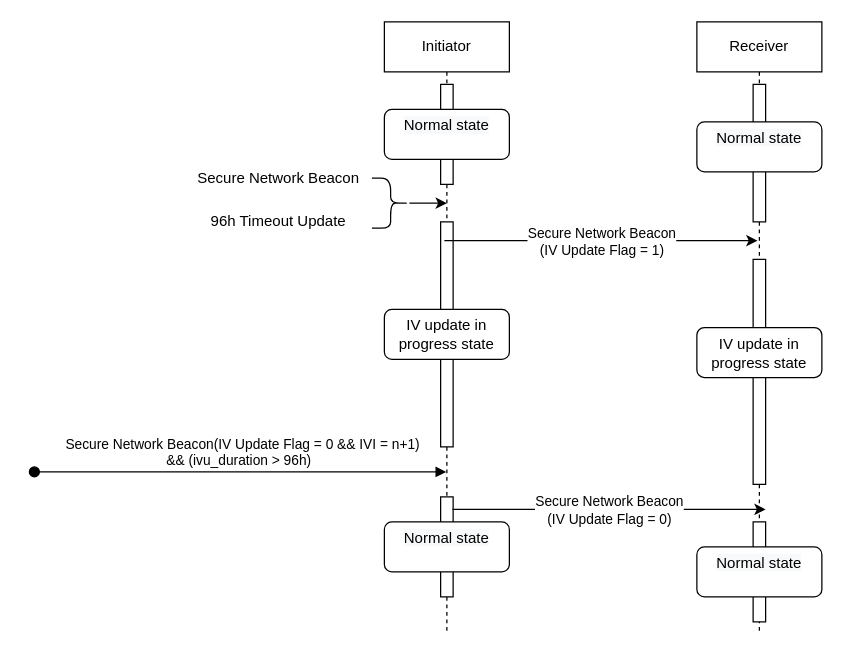
Earlier version of the draw.io diagram page "第 3 页" (3 of 3) of Untitled Diagram.drawio (git4Chub/drawio_doc). Source tidied: cells renumbered, new cells numbered last; positions are measured from the earlier drawing's top-left corner, leaving out a move shared by most shapes. Both pictures are drawn from the tidied source at 125%, with x=0, y=0 at pixel (34, 21).
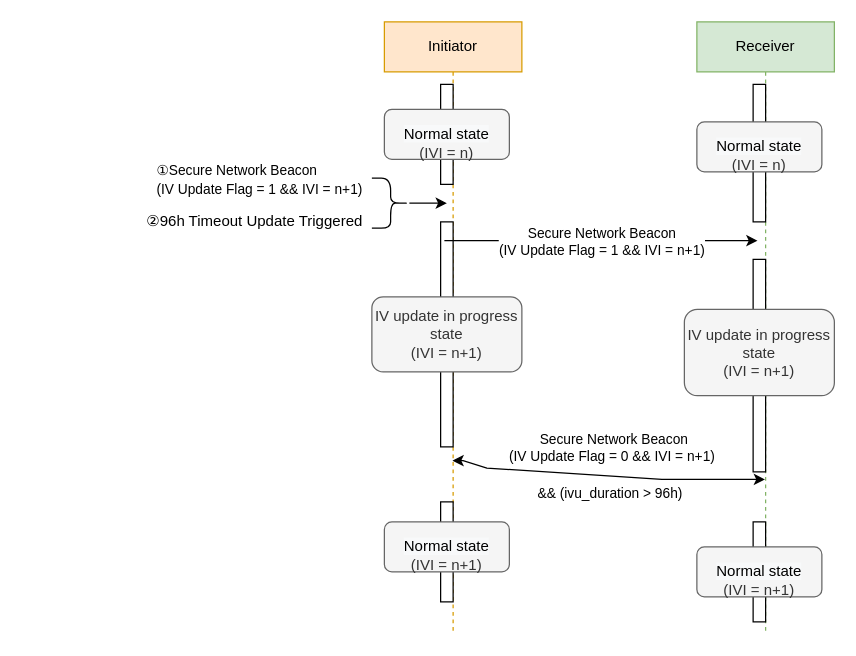
After the change.

Commit message:
mesh_iv_updatev1.0

Unchanged cells that the change refers to:
```xml
<mxCell id="23" style="endArrow=classic;html=1;rounded=0;" parent="1" edge="1">
  <mxGeometry relative="1" as="geometry">
    <mxPoint x="328" y="175" as="sourcePoint" />
    <mxPoint x="578.5" y="175" as="targetPoint" />
    <Array as="points">
      <mxPoint x="478.5" y="175" />
      <mxPoint x="559" y="175" />
    </Array>
  </mxGeometry>
</mxCell>
```

The edit, as a diff of the source:
```diff
@@
-    <mxCell id="2" value="Initiator" style="shape=umlLifeline;perimeter=lifelinePerimeter;whiteSpace=wrap;html=1;outlineConnect=0;" parent="1" vertex="1">
-      <mxGeometry x="280" width="100" height="490" as="geometry" />
+    <mxCell id="2" value="Initiator" style="shape=umlLifeline;perimeter=lifelinePerimeter;whiteSpace=wrap;html=1;outlineConnect=0;fillColor=#ffe6cc;strokeColor=#d79b00;" parent="1" vertex="1">
+      <mxGeometry x="280" width="110" height="490" as="geometry" />
     </mxCell>
@@
-    <mxCell id="5" value="&lt;span style=&quot;font-size: 11px;&quot;&gt;&amp;nbsp;Secure Network Beacon(IV Update Flag = 0 &amp;amp;&amp;amp; IVI = n+1) &lt;br&gt;&amp;amp;&amp;amp; (ivu_duration &amp;gt; 96h)&amp;nbsp;&lt;/span&gt;" style="html=1;verticalAlign=bottom;startArrow=oval;startFill=1;endArrow=block;startSize=8;rounded=0;" parent="2" edge="1" target="2">
-      <mxGeometry relative="1" as="geometry">
-        <mxPoint x="-280" y="360" as="sourcePoint" />
-      </mxGeometry>
-    </mxCell>
     <mxCell id="6" style="html=1;perimeter=orthogonalPerimeter;" parent="2" vertex="1">
-      <mxGeometry x="45" y="380" width="10" height="80" as="geometry" />
+      <mxGeometry x="45" y="384" width="10" height="80" as="geometry" />
     </mxCell>
-    <mxCell id="7" value="&#10;&lt;span style=&quot;color: rgb(0, 0, 0); font-family: Helvetica; font-size: 12px; font-style: normal; font-variant-ligatures: normal; font-variant-caps: normal; font-weight: 400; letter-spacing: normal; orphans: 2; text-align: center; text-indent: 0px; text-transform: none; widows: 2; word-spacing: 0px; -webkit-text-stroke-width: 0px; background-color: rgb(248, 249, 250); text-decoration-thickness: initial; text-decoration-style: initial; text-decoration-color: initial; float: none; display: inline !important;&quot;&gt;Normal state&lt;/span&gt;&#10;&#10;" style="rounded=1;whiteSpace=wrap;html=1;" parent="2" vertex="1">
+    <mxCell id="7" value="&lt;br&gt;&lt;span style=&quot;color: rgb(0, 0, 0); font-family: Helvetica; font-size: 12px; font-style: normal; font-variant-ligatures: normal; font-variant-caps: normal; font-weight: 400; letter-spacing: normal; orphans: 2; text-align: center; text-indent: 0px; text-transform: none; widows: 2; word-spacing: 0px; -webkit-text-stroke-width: 0px; background-color: rgb(248, 249, 250); text-decoration-thickness: initial; text-decoration-style: initial; text-decoration-color: initial; float: none; display: inline !important;&quot;&gt;Normal state&lt;br&gt;&lt;/span&gt;(IVI = n)&lt;br&gt;" style="rounded=1;whiteSpace=wrap;html=1;fillColor=#f5f5f5;fontColor=#333333;strokeColor=#666666;" parent="2" vertex="1">
       <mxGeometry y="70" width="100" height="40" as="geometry" />
     </mxCell>
-    <mxCell id="8" value="&lt;span style=&quot;&quot;&gt;IV update in progress state&lt;/span&gt;" style="rounded=1;whiteSpace=wrap;html=1;" parent="2" vertex="1">
-      <mxGeometry y="230" width="100" height="40" as="geometry" />
+    <mxCell id="8" value="&lt;span style=&quot;&quot;&gt;IV update in progress state&lt;br&gt;(&lt;/span&gt;IVI = n+1)&lt;span style=&quot;&quot;&gt;&lt;br&gt;&lt;/span&gt;" style="rounded=1;whiteSpace=wrap;html=1;fillColor=#f5f5f5;fontColor=#333333;strokeColor=#666666;" parent="2" vertex="1">
+      <mxGeometry x="-10" y="220" width="120" height="60" as="geometry" />
     </mxCell>
-    <mxCell id="9" value="&#10;&lt;span style=&quot;color: rgb(0, 0, 0); font-family: Helvetica; font-size: 12px; font-style: normal; font-variant-ligatures: normal; font-variant-caps: normal; font-weight: 400; letter-spacing: normal; orphans: 2; text-align: center; text-indent: 0px; text-transform: none; widows: 2; word-spacing: 0px; -webkit-text-stroke-width: 0px; background-color: rgb(248, 249, 250); text-decoration-thickness: initial; text-decoration-style: initial; text-decoration-color: initial; float: none; display: inline !important;&quot;&gt;Normal state&lt;/span&gt;&#10;&#10;" style="rounded=1;whiteSpace=wrap;html=1;" parent="2" vertex="1">
+    <mxCell id="9" value="&lt;br&gt;&lt;span style=&quot;color: rgb(0, 0, 0); font-family: Helvetica; font-size: 12px; font-style: normal; font-variant-ligatures: normal; font-variant-caps: normal; font-weight: 400; letter-spacing: normal; orphans: 2; text-align: center; text-indent: 0px; text-transform: none; widows: 2; word-spacing: 0px; -webkit-text-stroke-width: 0px; background-color: rgb(248, 249, 250); text-decoration-thickness: initial; text-decoration-style: initial; text-decoration-color: initial; float: none; display: inline !important;&quot;&gt;Normal state&lt;/span&gt;&lt;br&gt;(IVI = n+1)" style="rounded=1;whiteSpace=wrap;html=1;fillColor=#f5f5f5;fontColor=#333333;strokeColor=#666666;" parent="2" vertex="1">
       <mxGeometry y="400" width="100" height="40" as="geometry" />
     </mxCell>
-    <mxCell id="10" value="Receiver" style="shape=umlLifeline;perimeter=lifelinePerimeter;whiteSpace=wrap;html=1;outlineConnect=0;" parent="1" vertex="1">
-      <mxGeometry x="530" width="100" height="490" as="geometry" />
+    <mxCell id="10" value="Receiver" style="shape=umlLifeline;perimeter=lifelinePerimeter;whiteSpace=wrap;html=1;outlineConnect=0;fillColor=#d5e8d4;strokeColor=#82b366;" parent="1" vertex="1">
+      <mxGeometry x="530" width="110" height="490" as="geometry" />
     </mxCell>
@@
     <mxCell id="12" style="html=1;perimeter=orthogonalPerimeter;" parent="10" vertex="1">
-      <mxGeometry x="45" y="190" width="10" height="180" as="geometry" />
+      <mxGeometry x="45" y="190" width="10" height="170" as="geometry" />
     </mxCell>
-    <mxCell id="13" style="endArrow=classic;html=1;rounded=0;" parent="10" edge="1">
-      <mxGeometry relative="1" as="geometry">
-        <mxPoint x="-195.5" y="390" as="sourcePoint" />
-        <mxPoint x="55" y="390" as="targetPoint" />
-        <Array as="points">
-          <mxPoint x="-45" y="390" />
-          <mxPoint x="35.5" y="390" />
-        </Array>
-      </mxGeometry>
-    </mxCell>
-    <mxCell id="14" value="Secure Network Beacon&lt;br&gt;(IV Update Flag = 0)" style="edgeLabel;html=1;align=center;verticalAlign=middle;" parent="13" vertex="1">
-      <mxGeometry relative="1" as="geometry" />
-    </mxCell>
@@
-    <mxCell id="16" value="&#10;&lt;span style=&quot;color: rgb(0, 0, 0); font-family: Helvetica; font-size: 12px; font-style: normal; font-variant-ligatures: normal; font-variant-caps: normal; font-weight: 400; letter-spacing: normal; orphans: 2; text-align: center; text-indent: 0px; text-transform: none; widows: 2; word-spacing: 0px; -webkit-text-stroke-width: 0px; background-color: rgb(248, 249, 250); text-decoration-thickness: initial; text-decoration-style: initial; text-decoration-color: initial; float: none; display: inline !important;&quot;&gt;Normal state&lt;/span&gt;&#10;&#10;" style="rounded=1;whiteSpace=wrap;html=1;" parent="10" vertex="1">
+    <mxCell id="16" value="&lt;br&gt;&lt;span style=&quot;color: rgb(0, 0, 0); font-family: Helvetica; font-size: 12px; font-style: normal; font-variant-ligatures: normal; font-variant-caps: normal; font-weight: 400; letter-spacing: normal; orphans: 2; text-align: center; text-indent: 0px; text-transform: none; widows: 2; word-spacing: 0px; -webkit-text-stroke-width: 0px; background-color: rgb(248, 249, 250); text-decoration-thickness: initial; text-decoration-style: initial; text-decoration-color: initial; float: none; display: inline !important;&quot;&gt;Normal state&lt;br&gt;&lt;/span&gt;(IVI = n)&lt;br&gt;" style="rounded=1;whiteSpace=wrap;html=1;fillColor=#f5f5f5;fontColor=#333333;strokeColor=#666666;" parent="10" vertex="1">
       <mxGeometry y="80" width="100" height="40" as="geometry" />
     </mxCell>
-    <mxCell id="17" value="&lt;span style=&quot;&quot;&gt;IV update in progress state&lt;/span&gt;" style="rounded=1;whiteSpace=wrap;html=1;" parent="10" vertex="1">
-      <mxGeometry y="244.5" width="100" height="40" as="geometry" />
+    <mxCell id="17" value="&lt;span style=&quot;&quot;&gt;IV update in progress state&lt;br&gt;(IVI = n+1)&lt;br&gt;&lt;/span&gt;" style="rounded=1;whiteSpace=wrap;html=1;fillColor=#f5f5f5;fontColor=#333333;strokeColor=#666666;" parent="10" vertex="1">
+      <mxGeometry x="-10" y="230" width="120" height="69" as="geometry" />
     </mxCell>
-    <mxCell id="18" value="&#10;&lt;span style=&quot;color: rgb(0, 0, 0); font-family: Helvetica; font-size: 12px; font-style: normal; font-variant-ligatures: normal; font-variant-caps: normal; font-weight: 400; letter-spacing: normal; orphans: 2; text-align: center; text-indent: 0px; text-transform: none; widows: 2; word-spacing: 0px; -webkit-text-stroke-width: 0px; background-color: rgb(248, 249, 250); text-decoration-thickness: initial; text-decoration-style: initial; text-decoration-color: initial; float: none; display: inline !important;&quot;&gt;Normal state&lt;/span&gt;&#10;&#10;" style="rounded=1;whiteSpace=wrap;html=1;" parent="10" vertex="1">
+    <mxCell id="18" value="&lt;br&gt;&lt;span style=&quot;color: rgb(0, 0, 0); font-family: Helvetica; font-size: 12px; font-style: normal; font-variant-ligatures: normal; font-variant-caps: normal; font-weight: 400; letter-spacing: normal; orphans: 2; text-align: center; text-indent: 0px; text-transform: none; widows: 2; word-spacing: 0px; -webkit-text-stroke-width: 0px; background-color: rgb(248, 249, 250); text-decoration-thickness: initial; text-decoration-style: initial; text-decoration-color: initial; float: none; display: inline !important;&quot;&gt;Normal state&lt;/span&gt;&lt;br&gt;(IVI = n+1)" style="rounded=1;whiteSpace=wrap;html=1;fillColor=#f5f5f5;fontColor=#333333;strokeColor=#666666;" parent="10" vertex="1">
       <mxGeometry y="420" width="100" height="40" as="geometry" />
     </mxCell>
@@
-    <mxCell id="21" value="Secure Network Beacon" style="text;html=1;align=center;verticalAlign=middle;strokeColor=none;fillColor=none;" parent="1" vertex="1">
-      <mxGeometry x="120" y="110" width="150" height="30" as="geometry" />
+    <mxCell id="21" value="&lt;div style=&quot;text-align: left;&quot;&gt;&lt;span style=&quot;background-color: rgb(255, 255, 255); font-size: 11px;&quot;&gt;①Secure Network Beacon&lt;/span&gt;&lt;/div&gt;&lt;span style=&quot;font-size: 11px; background-color: rgb(255, 255, 255);&quot;&gt;(IV Update Flag = 1 &amp;amp;&amp;amp; IVI = n+1)&lt;/span&gt;" style="text;html=1;align=center;verticalAlign=middle;strokeColor=none;fillColor=none;" parent="1" vertex="1">
+      <mxGeometry x="81" y="105" width="198" height="41" as="geometry" />
     </mxCell>
-    <mxCell id="22" value="96h Timeout Update" style="text;html=1;align=center;verticalAlign=middle;strokeColor=none;fillColor=none;" parent="1" vertex="1">
-      <mxGeometry x="130" y="145" width="130" height="30" as="geometry" />
+    <mxCell id="22" value="②96h Timeout Update Triggered" style="text;html=1;align=left;verticalAlign=middle;strokeColor=none;fillColor=none;" parent="1" vertex="1">
+      <mxGeometry x="88" y="147" width="192" height="26" as="geometry" />
     </mxCell>
@@
-    <mxCell id="24" value="Secure Network Beacon&lt;br&gt;(IV Update Flag = 1)" style="edgeLabel;html=1;align=center;verticalAlign=middle;" parent="23" vertex="1">
+    <mxCell id="24" value="Secure Network Beacon&lt;br&gt;(IV Update Flag = 1 &amp;amp;&amp;amp; IVI = n+1)" style="edgeLabel;html=1;align=center;verticalAlign=middle;" parent="23" vertex="1">
       <mxGeometry relative="1" as="geometry" />
     </mxCell>
+    <mxCell id="25" style="endArrow=classic;startArrow=classic;html=1;rounded=0;" parent="1" edge="1" source="2" target="10">
+      <mxGeometry relative="1" as="geometry">
+        <Array as="points">
+          <mxPoint x="343" y="351" />
+          <mxPoint x="362" y="357" />
+          <mxPoint x="502" y="366" />
+        </Array>
+      </mxGeometry>
+    </mxCell>
+    <mxCell id="26" value="&lt;span style=&quot;font-size: 11px; background-color: rgb(255, 255, 255);&quot;&gt;&amp;nbsp;Secure Network Beacon&lt;/span&gt;&lt;br style=&quot;font-size: 11px; background-color: rgb(255, 255, 255);&quot;&gt;&lt;span style=&quot;font-size: 11px; background-color: rgb(255, 255, 255);&quot;&gt;(IV Update Flag = 0 &amp;amp;&amp;amp; IVI = n+1)&lt;/span&gt;&lt;br style=&quot;font-size: 11px; background-color: rgb(255, 255, 255);&quot;&gt;&lt;span style=&quot;font-size: 11px; background-color: rgb(255, 255, 255);&quot;&gt;&lt;br&gt;&amp;amp;&amp;amp; (ivu_duration &amp;gt; 96h)&amp;nbsp;&lt;/span&gt;" style="text;html=1;align=center;verticalAlign=middle;strokeColor=none;fillColor=none;" parent="1" vertex="1">
+      <mxGeometry x="363" y="320" width="198" height="70" as="geometry" />
+    </mxCell>
```
